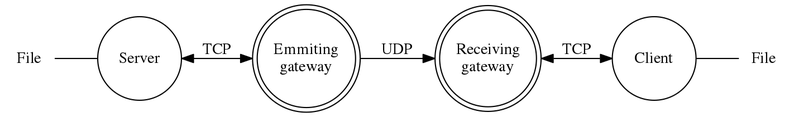
The Graphviz diagram images/01_generalview.png in lfdla/bind, before a commit. Its source is kept beside it as images/01_generalview.dot. The source it was exported from:
```dot
digraph diode {
	rankdir=LR;
	node [shape = circle, width = "1"];
	fia [label = "File", shape = plaintext, width = "0.6"];
	fib [label = "File", shape = plaintext, width = "0.6"];
	serv [label = "Server"];
	ega [shape = doublecircle, label = "Emmiting\ngateway"];
	rga [shape = doublecircle, label = "Receiving\ngateway"];
	clie [label = "Client"];

	fia -> serv [dir = none];
	serv -> ega [dir = both, label = "TCP"];
	ega -> rga [dir = normal, label = "UDP"];
	rga -> clie [dir = both, label = "TCP"];
	clie -> fib [dir = none];
}
```
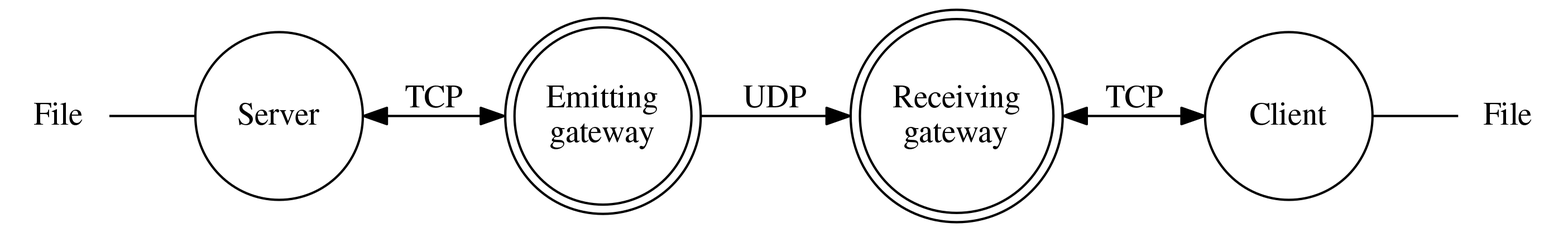
Later version of the same file.

The edit, as a diff of the source:
```diff
@@ -1,10 +1,11 @@
 digraph diode {
+	graph [dpi = 300, bgcolor = "transparent"];
 	rankdir=LR;
-	node [shape = circle, width = "1"];
-	fia [label = "File", shape = plaintext, width = "0.6"];
-	fib [label = "File", shape = plaintext, width = "0.6"];
+	node [shape = circle, width = "1", style = filled, fillcolor = "white"];
+	fia [label = "File", shape = plaintext, style = "", width = "0.6"];
+	fib [label = "File", shape = plaintext, style = "", width = "0.6"];
 	serv [label = "Server"];
-	ega [shape = doublecircle, label = "Emmiting\ngateway"];
+	ega [shape = doublecircle, label = "Emitting\ngateway"];
 	rga [shape = doublecircle, label = "Receiving\ngateway"];
 	clie [label = "Client"];
 
```
